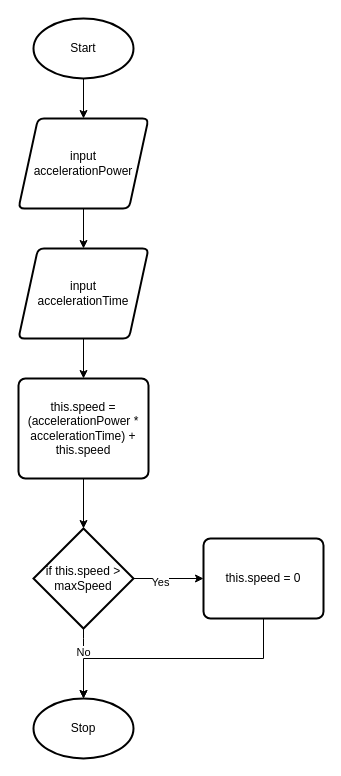
The draw.io diagram Design/Unit2-accelerate.drawio in dbcalitis/ics4u-unit2-05-typescript, before the edit. Source tidied: cells renumbered, new cells numbered last; positions are measured from the earlier drawing's top-left corner, leaving out a move shared by most shapes. Both pictures are drawn from the tidied source at 100%, with x=0, y=0 at pixel (18, 18).
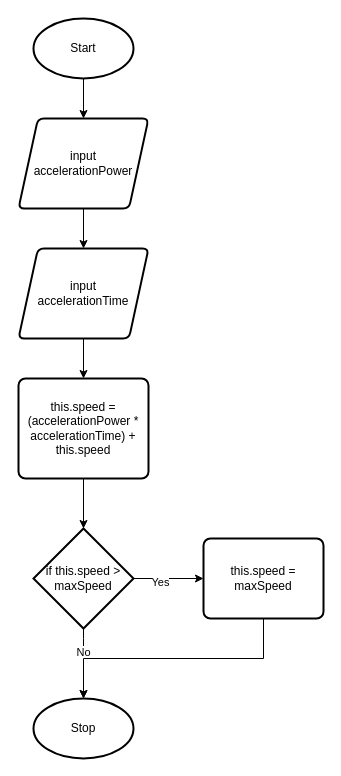
After the change.

Diff of the diagram source:
```diff
@@
 <mxGraphModel>
   <root>
     <mxCell id="0" />
     <mxCell id="1" parent="0" />
     <mxCell id="2" style="edgeStyle=orthogonalEdgeStyle;html=1;exitX=0.5;exitY=1;exitDx=0;exitDy=0;exitPerimeter=0;" parent="1" edge="1" source="3" target="5">
       <mxGeometry relative="1" as="geometry" />
     </mxCell>
     <mxCell id="3" value="Start" style="strokeWidth=2;html=1;shape=mxgraph.flowchart.start_1;whiteSpace=wrap;" parent="1" vertex="1">
       <mxGeometry x="15" width="100" height="60" as="geometry" />
     </mxCell>
     <mxCell id="4" style="edgeStyle=orthogonalEdgeStyle;html=1;exitX=0.5;exitY=1;exitDx=0;exitDy=0;" parent="1" edge="1" source="5" target="7">
       <mxGeometry relative="1" as="geometry" />
     </mxCell>
     <mxCell id="5" value="input accelerationPower" style="shape=parallelogram;html=1;strokeWidth=2;perimeter=parallelogramPerimeter;whiteSpace=wrap;rounded=1;arcSize=12;size=0.15000000000000002;" parent="1" vertex="1">
       <mxGeometry y="100" width="130" height="90" as="geometry" />
     </mxCell>
     <mxCell id="6" style="edgeStyle=orthogonalEdgeStyle;html=1;exitX=0.5;exitY=1;exitDx=0;exitDy=0;" parent="1" edge="1" source="7" target="9">
       <mxGeometry relative="1" as="geometry" />
     </mxCell>
     <mxCell id="7" value="input &lt;br&gt;accelerationTime" style="shape=parallelogram;html=1;strokeWidth=2;perimeter=parallelogramPerimeter;whiteSpace=wrap;rounded=1;arcSize=12;size=0.15000000000000002;" parent="1" vertex="1">
       <mxGeometry y="230" width="130" height="90" as="geometry" />
     </mxCell>
     <mxCell id="8" style="edgeStyle=orthogonalEdgeStyle;html=1;exitX=0.5;exitY=1;exitDx=0;exitDy=0;entryX=0.5;entryY=0;entryDx=0;entryDy=0;entryPerimeter=0;" parent="1" edge="1" source="9" target="14">
       <mxGeometry relative="1" as="geometry" />
     </mxCell>
     <mxCell id="9" value="this.speed = (accelerationPower * accelerationTime) + this.speed" style="rounded=1;whiteSpace=wrap;html=1;absoluteArcSize=1;arcSize=14;strokeWidth=2;" parent="1" vertex="1">
       <mxGeometry y="360" width="130" height="100" as="geometry" />
     </mxCell>
     <mxCell id="10" style="edgeStyle=orthogonalEdgeStyle;html=1;exitX=1;exitY=0.5;exitDx=0;exitDy=0;exitPerimeter=0;" parent="1" edge="1" source="14" target="16">
       <mxGeometry relative="1" as="geometry" />
     </mxCell>
     <mxCell id="11" value="Yes" style="edgeLabel;html=1;align=center;verticalAlign=middle;" parent="10" vertex="1">
       <mxGeometry x="-0.26" y="-3" relative="1" as="geometry" />
     </mxCell>
     <mxCell id="12" style="edgeStyle=orthogonalEdgeStyle;html=1;exitX=0.5;exitY=1;exitDx=0;exitDy=0;exitPerimeter=0;entryX=0.5;entryY=0;entryDx=0;entryDy=0;entryPerimeter=0;" parent="1" edge="1" source="14" target="17">
       <mxGeometry relative="1" as="geometry">
         <Array as="points">
           <mxPoint x="65" y="630" />
           <mxPoint x="65" y="630" />
         </Array>
       </mxGeometry>
     </mxCell>
     <mxCell id="13" value="No" style="edgeLabel;html=1;align=center;verticalAlign=middle;" parent="12" vertex="1">
       <mxGeometry x="-0.35" y="-1" relative="1" as="geometry" />
     </mxCell>
     <mxCell id="14" value="if this.speed &amp;gt; maxSpeed" style="strokeWidth=2;html=1;shape=mxgraph.flowchart.decision;whiteSpace=wrap;" parent="1" vertex="1">
       <mxGeometry x="15" y="510" width="100" height="100" as="geometry" />
     </mxCell>
     <mxCell id="15" style="edgeStyle=orthogonalEdgeStyle;html=1;exitX=0.5;exitY=1;exitDx=0;exitDy=0;entryX=0.5;entryY=0;entryDx=0;entryDy=0;entryPerimeter=0;rounded=0;" parent="1" edge="1" source="16" target="17">
       <mxGeometry relative="1" as="geometry" />
     </mxCell>
-    <mxCell id="16" value="this.speed = 0" style="rounded=1;whiteSpace=wrap;html=1;absoluteArcSize=1;arcSize=14;strokeWidth=2;" parent="1" vertex="1">
+    <mxCell id="16" value="this.speed = maxSpeed" style="rounded=1;whiteSpace=wrap;html=1;absoluteArcSize=1;arcSize=14;strokeWidth=2;" parent="1" vertex="1">
       <mxGeometry x="185" y="520" width="120" height="80" as="geometry" />
     </mxCell>
     <mxCell id="17" value="Stop" style="strokeWidth=2;html=1;shape=mxgraph.flowchart.start_1;whiteSpace=wrap;" parent="1" vertex="1">
       <mxGeometry x="15" y="680" width="100" height="60" as="geometry" />
     </mxCell>
   </root>
 </mxGraphModel>
```
